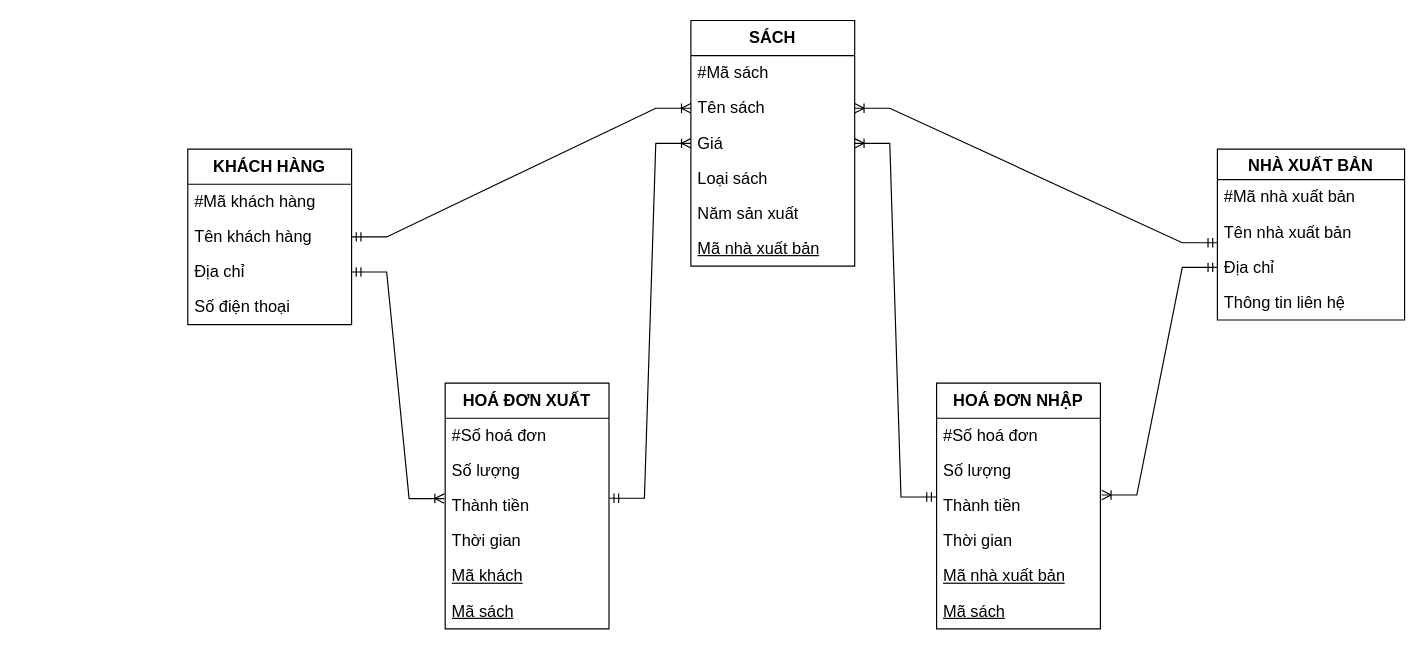
The draw.io diagram page "Trang-8" (8 of 11) of QuanLyBanSach.drawio in leetrungtoans/BTVN_ITC_OOP_LEETRUNGTOANS, before the edit. Source tidied: cells renumbered, new cells numbered last; positions are measured from the earlier drawing's top-left corner, leaving out a move shared by most shapes. Both pictures are drawn from the tidied source at 117%, with x=0, y=0 at pixel (187, 20).
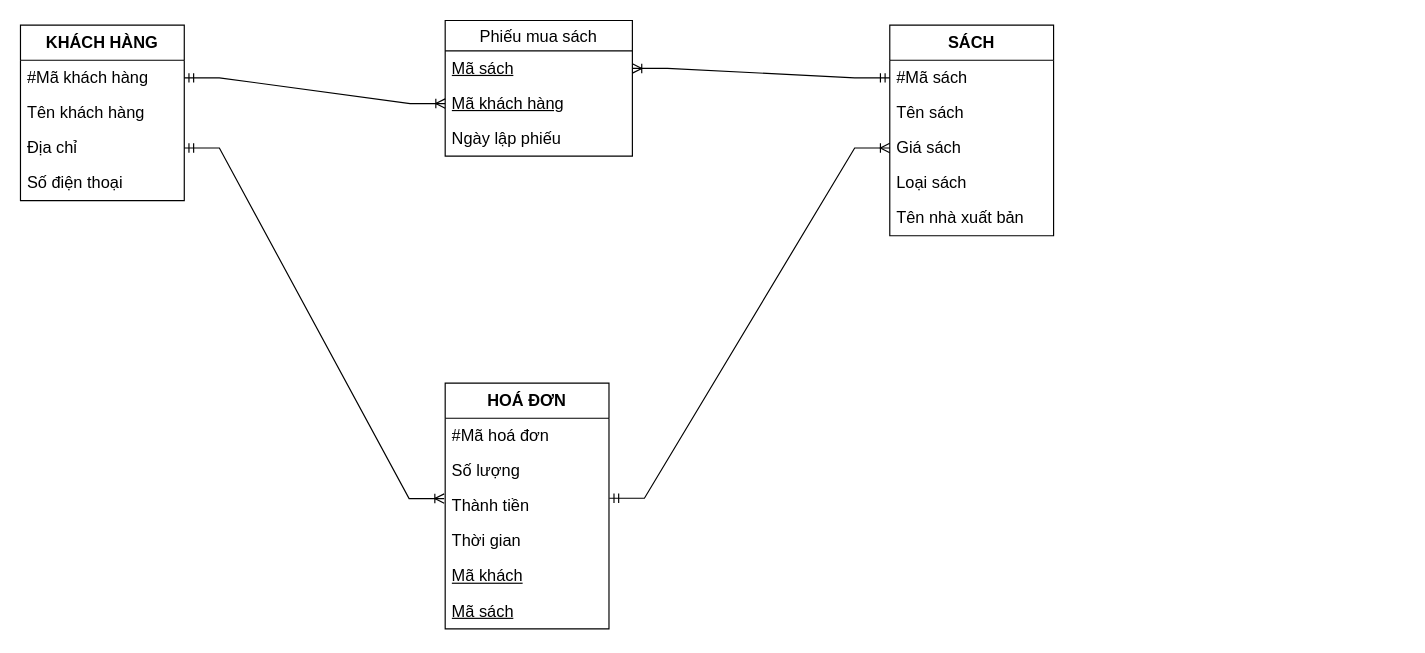
The same diagram, later.

Unchanged cells that the change refers to:
```xml
<mxCell id="3" value="#Mã khách hàng" style="text;strokeColor=none;fillColor=none;align=left;verticalAlign=middle;spacingLeft=4;spacingRight=4;overflow=hidden;points=[[0,0.5],[1,0.5]];portConstraint=eastwest;whiteSpace=wrap;html=1;fontSize=14;" parent="2" vertex="1">
  <mxGeometry y="30" width="140" height="30" as="geometry" />
</mxCell>
<mxCell id="4" value="Tên khách hàng" style="text;strokeColor=none;fillColor=none;align=left;verticalAlign=middle;spacingLeft=4;spacingRight=4;overflow=hidden;points=[[0,0.5],[1,0.5]];portConstraint=eastwest;whiteSpace=wrap;html=1;fontSize=14;" parent="2" vertex="1">
  <mxGeometry y="60" width="140" height="30" as="geometry" />
</mxCell>
<mxCell id="8" value="#Mã sách" style="text;strokeColor=none;fillColor=none;align=left;verticalAlign=middle;spacingLeft=4;spacingRight=4;overflow=hidden;points=[[0,0.5],[1,0.5]];portConstraint=eastwest;whiteSpace=wrap;html=1;fontSize=14;" parent="7" vertex="1">
  <mxGeometry y="30" width="140" height="30" as="geometry" />
</mxCell>
<mxCell id="9" value="Tên sách" style="text;strokeColor=none;fillColor=none;align=left;verticalAlign=middle;spacingLeft=4;spacingRight=4;overflow=hidden;points=[[0,0.5],[1,0.5]];portConstraint=eastwest;whiteSpace=wrap;html=1;fontSize=14;" parent="7" vertex="1">
  <mxGeometry y="60" width="140" height="30" as="geometry" />
</mxCell>
```

The edit, as a diff of the source:
```diff
@@
     <mxCell id="2" value="KHÁCH HÀNG" style="swimlane;fontStyle=1;horizontal=1;startSize=30;whiteSpace=wrap;html=1;fontSize=14;" parent="1" vertex="1">
-      <mxGeometry y="110" width="140" height="150" as="geometry" />
+      <mxGeometry x="-143" y="4" width="140" height="150" as="geometry" />
     </mxCell>
@@
     <mxCell id="7" value="SÁCH" style="swimlane;fontStyle=1;horizontal=1;startSize=30;whiteSpace=wrap;html=1;fontSize=14;" parent="1" vertex="1">
-      <mxGeometry x="430" width="140" height="210" as="geometry" />
+      <mxGeometry x="600" y="4" width="140" height="180" as="geometry" />
     </mxCell>
@@
-    <mxCell id="10" value="Giá" style="text;strokeColor=none;fillColor=none;spacingLeft=4;spacingRight=4;overflow=hidden;points=[[0,0.5],[1,0.5]];portConstraint=eastwest;fontSize=14;whiteSpace=wrap;html=1;" parent="7" vertex="1">
+    <mxCell id="10" value="Giá sách" style="text;strokeColor=none;fillColor=none;spacingLeft=4;spacingRight=4;overflow=hidden;points=[[0,0.5],[1,0.5]];portConstraint=eastwest;fontSize=14;whiteSpace=wrap;html=1;" parent="7" vertex="1">
       <mxGeometry y="90" width="140" height="30" as="geometry" />
     </mxCell>
@@
-    <mxCell id="12" value="Năm sản xuất" style="text;strokeColor=none;fillColor=none;spacingLeft=4;spacingRight=4;overflow=hidden;fontSize=14;whiteSpace=wrap;html=1;" parent="7" vertex="1">
+    <mxCell id="12" value="Tên nhà xuất bản" style="text;strokeColor=none;fillColor=none;spacingLeft=4;spacingRight=4;overflow=hidden;fontSize=14;whiteSpace=wrap;html=1;" parent="7" vertex="1">
       <mxGeometry y="150" width="140" height="30" as="geometry" />
     </mxCell>
-    <mxCell id="13" value="&lt;u style=&quot;font-size: 14px;&quot;&gt;Mã nhà xuất bản&lt;/u&gt;" style="text;strokeColor=none;fillColor=none;spacingLeft=4;spacingRight=4;overflow=hidden;fontSize=14;whiteSpace=wrap;html=1;" parent="7" vertex="1">
-      <mxGeometry y="180" width="140" height="30" as="geometry" />
-    </mxCell>
-    <mxCell id="14" value="HOÁ ĐƠN XUẤT" style="swimlane;fontStyle=1;horizontal=1;startSize=30;whiteSpace=wrap;html=1;fontSize=14;" parent="1" vertex="1">
+    <mxCell id="14" value="HOÁ ĐƠN" style="swimlane;fontStyle=1;horizontal=1;startSize=30;whiteSpace=wrap;html=1;fontSize=14;" parent="1" vertex="1">
       <mxGeometry x="220" y="310" width="140" height="210" as="geometry" />
     </mxCell>
-    <mxCell id="15" value="#Số hoá đơn" style="text;strokeColor=none;fillColor=none;align=left;verticalAlign=middle;spacingLeft=4;spacingRight=4;overflow=hidden;whiteSpace=wrap;html=1;fontSize=14;" parent="14" vertex="1">
+    <mxCell id="15" value="#Mã hoá đơn" style="text;strokeColor=none;fillColor=none;align=left;verticalAlign=middle;spacingLeft=4;spacingRight=4;overflow=hidden;whiteSpace=wrap;html=1;fontSize=14;" parent="14" vertex="1">
       <mxGeometry y="30" width="140" height="30" as="geometry" />
     </mxCell>
@@
-    <mxCell id="21" value="NHÀ XUẤT BẢN" style="swimlane;fontStyle=1;horizontal=1;startSize=26;align=center;fontSize=14;" parent="1" vertex="1">
-      <mxGeometry x="880" y="110" width="160" height="146" as="geometry" />
-    </mxCell>
-    <mxCell id="22" value="#Mã nhà xuất bản" style="text;strokeColor=none;fillColor=none;spacingLeft=4;spacingRight=4;overflow=hidden;fontSize=14;whiteSpace=wrap;html=1;" parent="21" vertex="1">
-      <mxGeometry y="26" width="160" height="30" as="geometry" />
-    </mxCell>
-    <mxCell id="23" value="Tên nhà xuất bản" style="text;strokeColor=none;fillColor=none;spacingLeft=4;spacingRight=4;overflow=hidden;points=[[0,0.5],[1,0.5]];portConstraint=eastwest;fontSize=14;whiteSpace=wrap;html=1;" parent="21" vertex="1">
-      <mxGeometry y="56" width="160" height="30" as="geometry" />
-    </mxCell>
-    <mxCell id="24" value="Địa chỉ" style="text;strokeColor=none;fillColor=none;spacingLeft=4;spacingRight=4;overflow=hidden;points=[[0,0.5],[1,0.5]];portConstraint=eastwest;fontSize=14;whiteSpace=wrap;html=1;" parent="21" vertex="1">
-      <mxGeometry y="86" width="160" height="30" as="geometry" />
-    </mxCell>
-    <mxCell id="25" value="Thông tin liên hệ" style="text;strokeColor=none;fillColor=none;spacingLeft=4;spacingRight=4;overflow=hidden;fontSize=14;whiteSpace=wrap;html=1;" parent="21" vertex="1">
-      <mxGeometry y="116" width="160" height="30" as="geometry" />
-    </mxCell>
@@
-    <mxCell id="28" style="edgeStyle=entityRelationEdgeStyle;fontSize=12;html=1;endArrow=ERoneToMany;startArrow=ERmandOne;rounded=0;exitX=0;exitY=0.8;exitDx=0;exitDy=0;exitPerimeter=0;entryX=1;entryY=0.5;entryDx=0;entryDy=0;" parent="1" edge="1" source="23" target="9">
-      <mxGeometry relative="1" as="geometry" />
-    </mxCell>
-    <mxCell id="29" value="HOÁ ĐƠN NHẬP" style="swimlane;fontStyle=1;horizontal=1;startSize=30;whiteSpace=wrap;html=1;fontSize=14;" parent="1" vertex="1">
-      <mxGeometry x="640" y="310" width="140" height="210" as="geometry" />
-    </mxCell>
-    <mxCell id="30" value="#Số hoá đơn" style="text;strokeColor=none;fillColor=none;align=left;verticalAlign=middle;spacingLeft=4;spacingRight=4;overflow=hidden;whiteSpace=wrap;html=1;fontSize=14;" parent="29" vertex="1">
-      <mxGeometry y="30" width="140" height="30" as="geometry" />
-    </mxCell>
-    <mxCell id="31" value="Số lượng" style="text;strokeColor=none;fillColor=none;spacingLeft=4;spacingRight=4;overflow=hidden;fontSize=14;whiteSpace=wrap;html=1;" parent="29" vertex="1">
-      <mxGeometry y="60" width="140" height="30" as="geometry" />
-    </mxCell>
-    <mxCell id="32" value="Thành tiền" style="text;strokeColor=none;fillColor=none;spacingLeft=4;spacingRight=4;overflow=hidden;points=[[0,0.5],[1,0.5]];portConstraint=eastwest;fontSize=14;whiteSpace=wrap;html=1;" parent="29" vertex="1">
-      <mxGeometry y="90" width="140" height="30" as="geometry" />
-    </mxCell>
-    <mxCell id="33" value="Thời gian" style="text;strokeColor=none;fillColor=none;align=left;verticalAlign=middle;spacingLeft=4;spacingRight=4;overflow=hidden;whiteSpace=wrap;html=1;fontSize=14;" parent="29" vertex="1">
-      <mxGeometry y="120" width="140" height="30" as="geometry" />
-    </mxCell>
-    <mxCell id="34" value="&lt;u style=&quot;font-size: 14px;&quot;&gt;Mã nhà xuất bản&lt;/u&gt;" style="text;strokeColor=none;fillColor=none;spacingLeft=4;spacingRight=4;overflow=hidden;fontSize=14;whiteSpace=wrap;html=1;" parent="29" vertex="1">
-      <mxGeometry y="150" width="140" height="30" as="geometry" />
-    </mxCell>
+    <mxCell id="39" value="Phiếu mua sách" style="swimlane;fontStyle=0;horizontal=1;startSize=26;align=center;fontSize=14;" parent="1" vertex="1">
+      <mxGeometry x="220" width="160" height="116" as="geometry" />
+    </mxCell>
-    <mxCell id="35" value="&lt;u style=&quot;font-size: 14px;&quot;&gt;Mã sách&lt;/u&gt;" style="text;strokeColor=none;fillColor=none;spacingLeft=4;spacingRight=4;overflow=hidden;points=[[0,0.5],[1,0.5]];portConstraint=eastwest;fontSize=14;whiteSpace=wrap;html=1;" parent="29" vertex="1">
-      <mxGeometry y="180" width="140" height="30" as="geometry" />
+    <mxCell id="35" value="&lt;u style=&quot;font-size: 14px;&quot;&gt;Mã sách&lt;/u&gt;" style="text;strokeColor=none;fillColor=none;spacingLeft=4;spacingRight=4;overflow=hidden;points=[[0,0.5],[1,0.5]];portConstraint=eastwest;fontSize=14;whiteSpace=wrap;html=1;" parent="39" vertex="1">
+      <mxGeometry y="26" width="160" height="30" as="geometry" />
     </mxCell>
-    <mxCell id="36" style="edgeStyle=entityRelationEdgeStyle;fontSize=12;html=1;endArrow=ERoneToMany;startArrow=ERmandOne;rounded=0;exitX=0;exitY=0.5;exitDx=0;exitDy=0;entryX=1.008;entryY=0.186;entryDx=0;entryDy=0;entryPerimeter=0;" parent="1" edge="1" source="24" target="32">
-      <mxGeometry relative="1" as="geometry" />
-    </mxCell>
-    <mxCell id="37" style="edgeStyle=entityRelationEdgeStyle;fontSize=12;html=1;endArrow=ERoneToMany;startArrow=ERmandOne;rounded=0;exitX=-0.003;exitY=0.244;exitDx=0;exitDy=0;entryX=1;entryY=0.5;entryDx=0;entryDy=0;exitPerimeter=0;" parent="1" edge="1" source="32" target="10">
-      <mxGeometry relative="1" as="geometry">
-        <Array as="points">
-          <mxPoint x="409.7" y="375" />
-          <mxPoint x="419.7" y="415" />
-          <mxPoint x="429.7" y="425" />
-          <mxPoint x="419.7" y="295" />
-          <mxPoint x="429.7" y="395" />
-          <mxPoint x="409.7" y="405" />
-        </Array>
-      </mxGeometry>
-    </mxCell>
-    <mxCell id="38" style="edgeStyle=entityRelationEdgeStyle;fontSize=12;html=1;endArrow=ERoneToMany;startArrow=ERmandOne;rounded=0;exitX=1;exitY=0.5;exitDx=0;exitDy=0;entryX=0;entryY=0.5;entryDx=0;entryDy=0;" parent="1" edge="1" source="4" target="9">
-      <mxGeometry relative="1" as="geometry" />
-    </mxCell>
+    <mxCell id="40" value="&lt;u style=&quot;font-size: 14px;&quot;&gt;Mã khách hàng&lt;/u&gt;" style="text;strokeColor=none;fillColor=none;spacingLeft=4;spacingRight=4;overflow=hidden;points=[[0,0.5],[1,0.5]];portConstraint=eastwest;fontSize=14;whiteSpace=wrap;html=1;" parent="39" vertex="1">
+      <mxGeometry y="56" width="160" height="30" as="geometry" />
+    </mxCell>
+    <mxCell id="41" value="Ngày lập phiếu" style="text;strokeColor=none;fillColor=none;spacingLeft=4;spacingRight=4;overflow=hidden;fontSize=14;whiteSpace=wrap;html=1;" parent="39" vertex="1">
+      <mxGeometry y="86" width="160" height="30" as="geometry" />
+    </mxCell>
+    <mxCell id="42" style="edgeStyle=entityRelationEdgeStyle;fontSize=12;html=1;endArrow=ERoneToMany;startArrow=ERmandOne;rounded=0;exitX=1;exitY=0.5;exitDx=0;exitDy=0;entryX=0;entryY=0.5;entryDx=0;entryDy=0;" parent="1" edge="1" source="3" target="40">
+      <mxGeometry relative="1" as="geometry" />
+    </mxCell>
+    <mxCell id="43" style="edgeStyle=entityRelationEdgeStyle;fontSize=12;html=1;endArrow=ERoneToMany;startArrow=ERmandOne;rounded=0;exitX=0;exitY=0.5;exitDx=0;exitDy=0;entryX=1;entryY=0.5;entryDx=0;entryDy=0;" parent="1" edge="1" source="8" target="35">
+      <mxGeometry relative="1" as="geometry">
+        <Array as="points">
+          <mxPoint x="210" y="167" />
+          <mxPoint x="220" y="207" />
+          <mxPoint x="230" y="217" />
+          <mxPoint x="220" y="87" />
+          <mxPoint x="230" y="187" />
+          <mxPoint x="210" y="197" />
+        </Array>
+      </mxGeometry>
+    </mxCell>
```
